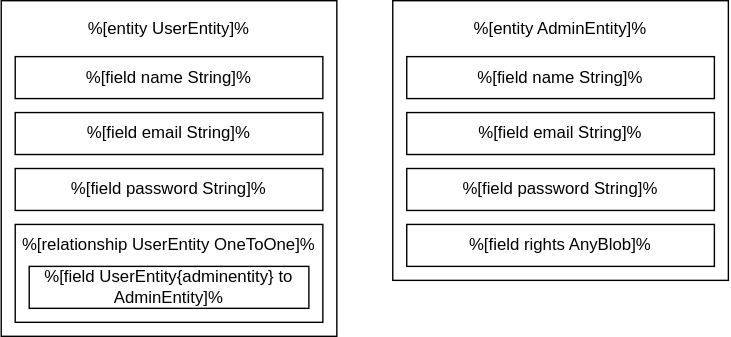
The draw.io diagram input/Test.svg in connor-davis/diagram2jdl, before a commit. Source tidied: cells renumbered, new cells last; positions are measured from the earlier drawing's top-left corner, leaving out a move shared by most shapes.
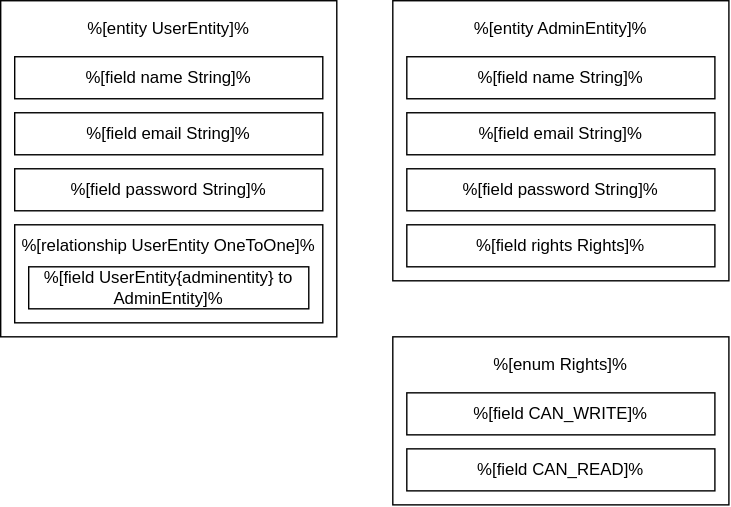
The same diagram one commit later.

Change to the diagram source:
```diff
@@ -53,7 +53,7 @@
     <mxCell id="18" style="rounded=0;whiteSpace=wrap;html=1;" parent="1" vertex="1">
       <mxGeometry x="290" y="160" width="220" height="30" as="geometry" />
     </mxCell>
-    <mxCell id="19" value="%[field rights Array]%" style="text;html=1;strokeColor=none;fillColor=none;align=center;verticalAlign=middle;whiteSpace=wrap;rounded=0;" parent="1" vertex="1">
+    <mxCell id="19" value="%[field rights Rights]%" style="text;html=1;strokeColor=none;fillColor=none;align=center;verticalAlign=middle;whiteSpace=wrap;rounded=0;" parent="1" vertex="1">
       <mxGeometry x="290" y="165" width="220" height="20" as="geometry" />
     </mxCell>
     <mxCell id="20" style="rounded=0;whiteSpace=wrap;html=1;" parent="1" vertex="1">
@@ -68,5 +68,23 @@
     <mxCell id="23" value="%[field UserEntity{adminentity} to AdminEntity]%" style="text;html=1;strokeColor=none;fillColor=none;align=center;verticalAlign=middle;whiteSpace=wrap;rounded=0;" parent="1" vertex="1">
       <mxGeometry x="20" y="195" width="200" height="20" as="geometry" />
     </mxCell>
+    <mxCell id="24" style="rounded=0;whiteSpace=wrap;html=1;" parent="1" vertex="1">
+      <mxGeometry x="280" y="240" width="240" height="120" as="geometry" />
+    </mxCell>
+    <mxCell id="25" value="%[enum Rights]%" style="text;html=1;strokeColor=none;fillColor=none;align=center;verticalAlign=middle;whiteSpace=wrap;rounded=0;" parent="1" vertex="1">
+      <mxGeometry x="290" y="250" width="220" height="20" as="geometry" />
+    </mxCell>
+    <mxCell id="26" style="rounded=0;whiteSpace=wrap;html=1;" parent="1" vertex="1">
+      <mxGeometry x="290" y="280" width="220" height="30" as="geometry" />
+    </mxCell>
+    <mxCell id="27" value="%[field CAN_WRITE]%" style="text;html=1;strokeColor=none;fillColor=none;align=center;verticalAlign=middle;whiteSpace=wrap;rounded=0;" parent="1" vertex="1">
+      <mxGeometry x="290" y="285" width="220" height="20" as="geometry" />
+    </mxCell>
+    <mxCell id="28" style="rounded=0;whiteSpace=wrap;html=1;" parent="1" vertex="1">
+      <mxGeometry x="290" y="320" width="220" height="30" as="geometry" />
+    </mxCell>
+    <mxCell id="29" value="%[field CAN_READ]%" style="text;html=1;strokeColor=none;fillColor=none;align=center;verticalAlign=middle;whiteSpace=wrap;rounded=0;" parent="1" vertex="1">
+      <mxGeometry x="290" y="325" width="220" height="20" as="geometry" />
+    </mxCell>
   </root>
 </mxGraphModel>
```
